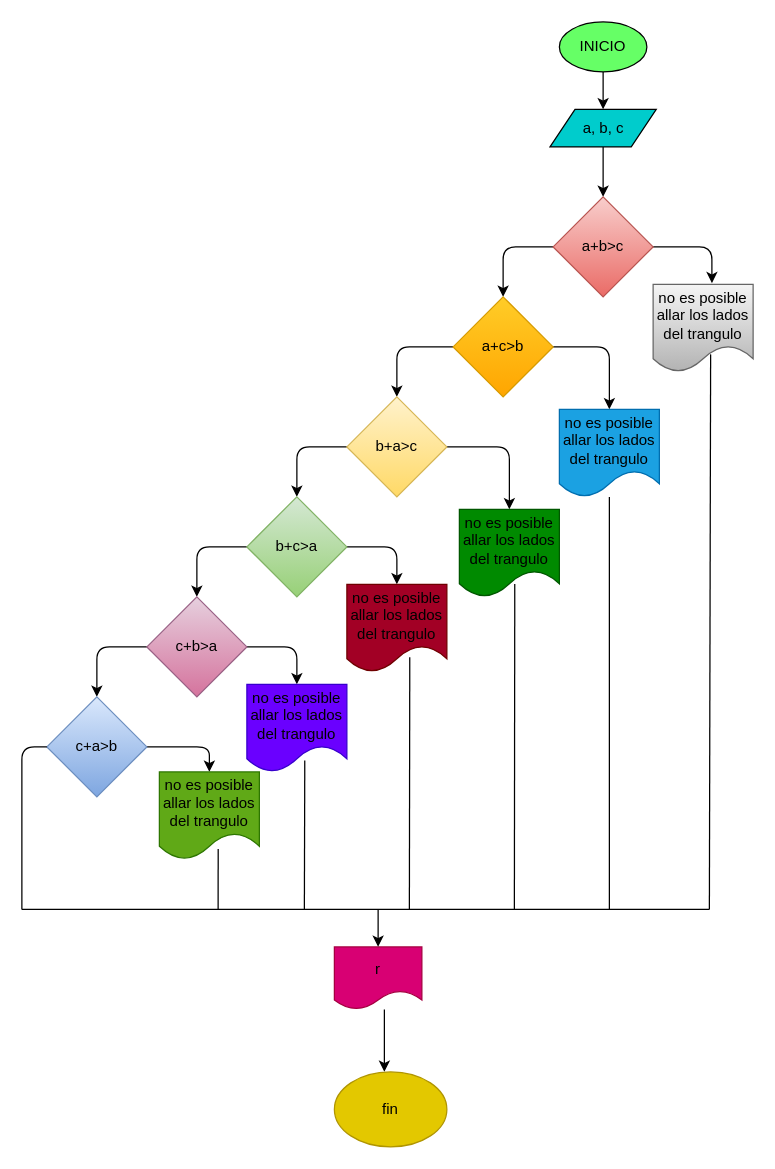
jhonmendez17092009/jhgfdsa keeps this draw.io diagram as diagrama.drawio. Above is the earlier version. Source tidied: cells renumbered, new cells numbered last; positions are measured from the earlier drawing's top-left corner, leaving out a move shared by most shapes. Both pictures are drawn from the tidied source at 125%, with x=0, y=0 at pixel (21, 21).
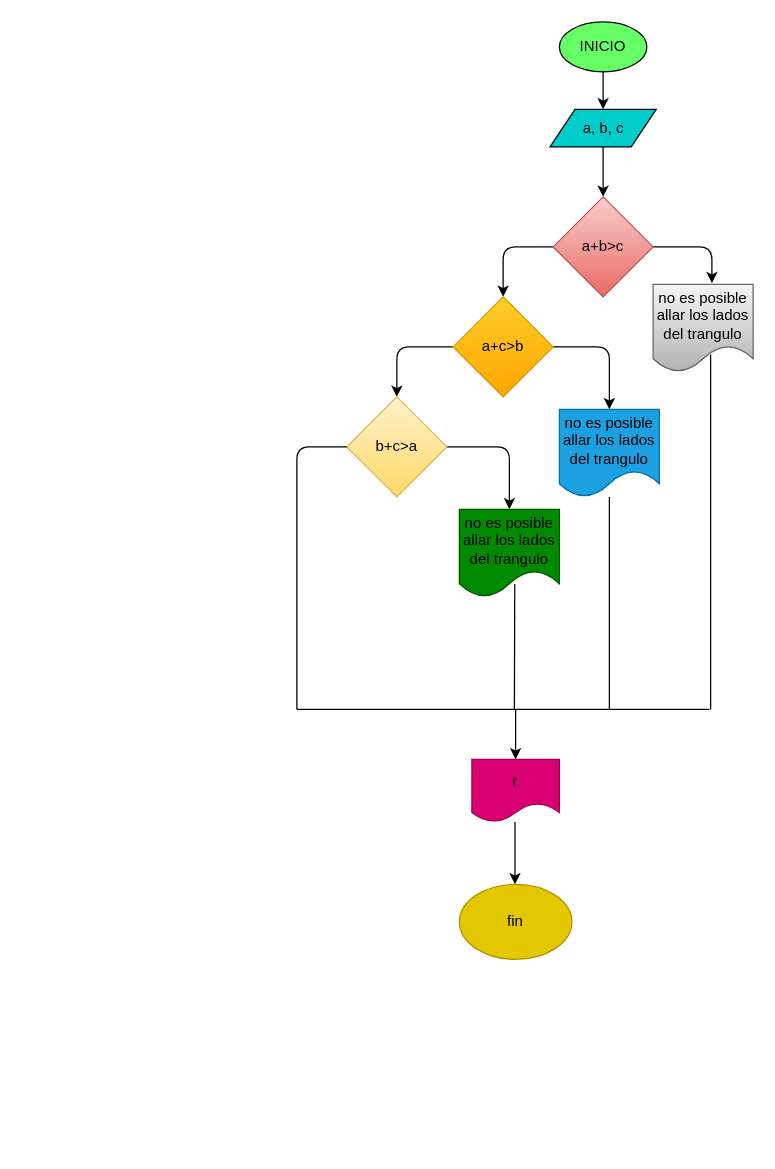
Above is the later version.

The change refers to these unchanged cells:
```xml
<mxCell id="23" value="&lt;font color=&quot;#000000&quot;&gt;no es posible allar los lados del trangulo&lt;/font&gt;" style="shape=document;whiteSpace=wrap;html=1;boundedLbl=1;fillColor=#f5f5f5;gradientColor=#b3b3b3;strokeColor=#666666;" parent="1" vertex="1">
  <mxGeometry x="505" y="210" width="80" height="70" as="geometry" />
</mxCell>
<mxCell id="24" value="&lt;font color=&quot;#000000&quot;&gt;no es posible allar los lados del trangulo&lt;/font&gt;" style="shape=document;whiteSpace=wrap;html=1;boundedLbl=1;fillColor=#1ba1e2;strokeColor=#006EAF;fontColor=#ffffff;" parent="1" vertex="1">
  <mxGeometry x="430" y="310" width="80" height="70" as="geometry" />
</mxCell>
<mxCell id="25" value="&lt;font color=&quot;#000000&quot;&gt;no es posible allar los lados del trangulo&lt;/font&gt;" style="shape=document;whiteSpace=wrap;html=1;boundedLbl=1;fillColor=#008a00;strokeColor=#005700;fontColor=#ffffff;" parent="1" vertex="1">
  <mxGeometry x="350" y="390" width="80" height="70" as="geometry" />
</mxCell>
```

What changed in the source:
```diff
@@
-    <mxCell id="3" value="INICIO" style="ellipse;whiteSpace=wrap;html=1;fillColor=#66FF66;" parent="1" vertex="1">
+    <mxCell id="3" value="&lt;font color=&quot;#000000&quot;&gt;INICIO&lt;/font&gt;" style="ellipse;whiteSpace=wrap;html=1;fillColor=#66FF66;" parent="1" vertex="1">
       <mxGeometry x="430" width="70" height="40" as="geometry" />
     </mxCell>
@@
-    <mxCell id="5" value="a, b, c" style="shape=parallelogram;perimeter=parallelogramPerimeter;whiteSpace=wrap;html=1;fixedSize=1;fillColor=#00CCCC;" parent="1" vertex="1">
+    <mxCell id="5" value="&lt;font color=&quot;#000000&quot;&gt;a, b, c&lt;/font&gt;" style="shape=parallelogram;perimeter=parallelogramPerimeter;whiteSpace=wrap;html=1;fixedSize=1;fillColor=#00CCCC;" parent="1" vertex="1">
       <mxGeometry x="422.5" y="70" width="85" height="30" as="geometry" />
     </mxCell>
@@
-    <mxCell id="12" style="edgeStyle=none;html=1;" parent="1" edge="1" source="14" target="17">
-      <mxGeometry relative="1" as="geometry">
-        <Array as="points">
-          <mxPoint x="220" y="340" />
-        </Array>
-      </mxGeometry>
-    </mxCell>
@@
-    <mxCell id="14" value="&lt;font color=&quot;#000000&quot;&gt;b+a&amp;gt;c&lt;/font&gt;" style="rhombus;whiteSpace=wrap;html=1;fillColor=#fff2cc;gradientColor=#ffd966;strokeColor=#d6b656;" parent="1" vertex="1">
+    <mxCell id="14" value="&lt;font color=&quot;#000000&quot;&gt;b+c&amp;gt;a&lt;/font&gt;" style="rhombus;whiteSpace=wrap;html=1;fillColor=#fff2cc;gradientColor=#ffd966;strokeColor=#d6b656;" parent="1" vertex="1">
       <mxGeometry x="260" y="300" width="80" height="80" as="geometry" />
     </mxCell>
-    <mxCell id="15" style="edgeStyle=none;html=1;" parent="1" edge="1" source="17" target="20">
-      <mxGeometry relative="1" as="geometry">
-        <Array as="points">
-          <mxPoint x="140" y="420" />
-        </Array>
-      </mxGeometry>
-    </mxCell>
-    <mxCell id="16" style="edgeStyle=none;html=1;exitX=1;exitY=0.5;exitDx=0;exitDy=0;entryX=0.5;entryY=0;entryDx=0;entryDy=0;fontColor=#000000;" parent="1" edge="1" source="17" target="26">
-      <mxGeometry relative="1" as="geometry">
-        <Array as="points">
-          <mxPoint x="300" y="420" />
-        </Array>
-      </mxGeometry>
-    </mxCell>
-    <mxCell id="17" value="&lt;font color=&quot;#000000&quot;&gt;b+c&amp;gt;a&lt;/font&gt;" style="rhombus;whiteSpace=wrap;html=1;fillColor=#d5e8d4;gradientColor=#97d077;strokeColor=#82b366;" parent="1" vertex="1">
-      <mxGeometry x="180" y="380" width="80" height="80" as="geometry" />
-    </mxCell>
-    <mxCell id="18" style="edgeStyle=none;html=1;" parent="1" edge="1" source="20" target="22">
-      <mxGeometry relative="1" as="geometry">
-        <Array as="points">
-          <mxPoint x="60" y="500" />
-        </Array>
-      </mxGeometry>
-    </mxCell>
-    <mxCell id="19" style="edgeStyle=none;html=1;exitX=1;exitY=0.5;exitDx=0;exitDy=0;entryX=0.5;entryY=0;entryDx=0;entryDy=0;fontColor=#000000;" parent="1" edge="1" source="20" target="27">
-      <mxGeometry relative="1" as="geometry">
-        <Array as="points">
-          <mxPoint x="220" y="500" />
-        </Array>
-      </mxGeometry>
-    </mxCell>
-    <mxCell id="20" value="&lt;font color=&quot;#000000&quot;&gt;c+b&amp;gt;a&lt;/font&gt;" style="rhombus;whiteSpace=wrap;html=1;fillColor=#e6d0de;gradientColor=#d5739d;strokeColor=#996185;" parent="1" vertex="1">
-      <mxGeometry x="100" y="460" width="80" height="80" as="geometry" />
-    </mxCell>
-    <mxCell id="21" style="edgeStyle=none;html=1;exitX=1;exitY=0.5;exitDx=0;exitDy=0;entryX=0.5;entryY=0;entryDx=0;entryDy=0;fontColor=#000000;" parent="1" edge="1" source="22" target="28">
-      <mxGeometry relative="1" as="geometry">
-        <Array as="points">
-          <mxPoint x="150" y="580" />
-        </Array>
-      </mxGeometry>
-    </mxCell>
-    <mxCell id="22" value="&lt;font color=&quot;#000000&quot;&gt;c+a&amp;gt;b&lt;/font&gt;" style="rhombus;whiteSpace=wrap;html=1;fillColor=#dae8fc;gradientColor=#7ea6e0;strokeColor=#6c8ebf;" parent="1" vertex="1">
-      <mxGeometry x="20" y="540" width="80" height="80" as="geometry" />
-    </mxCell>
@@
-    <mxCell id="26" value="&lt;font color=&quot;#000000&quot;&gt;no es posible allar los lados del trangulo&lt;/font&gt;" style="shape=document;whiteSpace=wrap;html=1;boundedLbl=1;fillColor=#a20025;strokeColor=#6F0000;fontColor=#ffffff;" parent="1" vertex="1">
-      <mxGeometry x="260" y="450" width="80" height="70" as="geometry" />
-    </mxCell>
-    <mxCell id="27" value="&lt;font color=&quot;#000000&quot;&gt;no es posible allar los lados del trangulo&lt;/font&gt;" style="shape=document;whiteSpace=wrap;html=1;boundedLbl=1;fillColor=#6a00ff;strokeColor=#3700CC;fontColor=#ffffff;" parent="1" vertex="1">
-      <mxGeometry x="180" y="530" width="80" height="70" as="geometry" />
-    </mxCell>
-    <mxCell id="28" value="&lt;font color=&quot;#000000&quot;&gt;no es posible allar los lados del trangulo&lt;/font&gt;" style="shape=document;whiteSpace=wrap;html=1;boundedLbl=1;fillColor=#60a917;strokeColor=#2D7600;fontColor=#ffffff;" parent="1" vertex="1">
-      <mxGeometry x="110" y="600" width="80" height="70" as="geometry" />
-    </mxCell>
     <mxCell id="29" style="endArrow=none;html=1;fontColor=#000000;" parent="1" edge="1">
       <mxGeometry relative="1" as="geometry">
-        <mxPoint y="710" as="sourcePoint" />
-        <mxPoint x="550" y="710" as="targetPoint" />
+        <mxPoint x="220" y="550" as="sourcePoint" />
+        <mxPoint x="550" y="550" as="targetPoint" />
       </mxGeometry>
     </mxCell>
     <mxCell id="30" style="endArrow=none;html=1;fontColor=#000000;entryX=0.575;entryY=0.8;entryDx=0;entryDy=0;entryPerimeter=0;" parent="1" edge="1" target="23">
       <mxGeometry relative="1" as="geometry">
-        <mxPoint x="550" y="710" as="sourcePoint" />
+        <mxPoint x="551" y="550" as="sourcePoint" />
       </mxGeometry>
     </mxCell>
-    <mxCell id="31" style="endArrow=none;html=1;fontColor=#000000;entryX=0.629;entryY=0.833;entryDx=0;entryDy=0;entryPerimeter=0;" parent="1" edge="1" target="26">
-      <mxGeometry relative="1" as="geometry">
-        <mxPoint x="310" y="710" as="sourcePoint" />
-      </mxGeometry>
-    </mxCell>
     <mxCell id="32" style="endArrow=none;html=1;fontColor=#000000;entryX=0.554;entryY=0.852;entryDx=0;entryDy=0;entryPerimeter=0;" parent="1" edge="1" target="25">
       <mxGeometry relative="1" as="geometry">
-        <mxPoint x="394" y="710" as="sourcePoint" />
+        <mxPoint x="394" y="550" as="sourcePoint" />
       </mxGeometry>
     </mxCell>
     <mxCell id="33" style="endArrow=none;html=1;fontColor=#000000;" parent="1" edge="1" target="24">
       <mxGeometry relative="1" as="geometry">
-        <mxPoint x="470" y="710" as="sourcePoint" />
+        <mxPoint x="470" y="550" as="sourcePoint" />
       </mxGeometry>
     </mxCell>
-    <mxCell id="34" style="endArrow=none;html=1;fontColor=#000000;entryX=0.579;entryY=0.871;entryDx=0;entryDy=0;entryPerimeter=0;" parent="1" edge="1" target="27">
+    <mxCell id="34" style="endArrow=none;html=1;fontColor=#000000;entryX=0;entryY=0.5;entryDx=0;entryDy=0;" parent="1" edge="1" target="14">
       <mxGeometry relative="1" as="geometry">
-        <mxPoint x="226" y="710" as="sourcePoint" />
+        <mxPoint x="220" y="550" as="sourcePoint" />
+        <Array as="points">
+          <mxPoint x="220" y="340" />
+        </Array>
       </mxGeometry>
     </mxCell>
-    <mxCell id="35" style="endArrow=none;html=1;fontColor=#000000;entryX=0.588;entryY=0.881;entryDx=0;entryDy=0;entryPerimeter=0;" parent="1" edge="1" target="28">
-      <mxGeometry relative="1" as="geometry">
-        <mxPoint x="157" y="710" as="sourcePoint" />
-      </mxGeometry>
-    </mxCell>
-    <mxCell id="36" style="endArrow=none;html=1;fontColor=#000000;entryX=0;entryY=0.5;entryDx=0;entryDy=0;" parent="1" edge="1" target="22">
-      <mxGeometry relative="1" as="geometry">
-        <mxPoint y="710" as="sourcePoint" />
-        <Array as="points">
-          <mxPoint y="580" />
-        </Array>
-      </mxGeometry>
-    </mxCell>
     <mxCell id="37" value="&lt;font color=&quot;#000000&quot;&gt;r&lt;/font&gt;" style="shape=document;whiteSpace=wrap;html=1;boundedLbl=1;fontColor=#ffffff;fillColor=#d80073;strokeColor=#A50040;" parent="1" vertex="1">
-      <mxGeometry x="250" y="740" width="70" height="50" as="geometry" />
+      <mxGeometry x="360" y="590" width="70" height="50" as="geometry" />
     </mxCell>
     <mxCell id="38" style="endArrow=classic;html=1;fontColor=#000000;entryX=0.5;entryY=0;entryDx=0;entryDy=0;" parent="1" edge="1" target="37">
       <mxGeometry relative="1" as="geometry">
-        <mxPoint x="285" y="710" as="sourcePoint" />
+        <mxPoint x="395" y="550" as="sourcePoint" />
       </mxGeometry>
     </mxCell>
     <mxCell id="39" style="endArrow=classic;html=1;fontColor=#000000;" parent="1" edge="1">
       <mxGeometry relative="1" as="geometry">
-        <mxPoint x="290" y="790" as="sourcePoint" />
-        <mxPoint x="290" y="840" as="targetPoint" />
+        <mxPoint x="394.5" y="640" as="sourcePoint" />
+        <mxPoint x="394.5" y="690" as="targetPoint" />
       </mxGeometry>
     </mxCell>
     <mxCell id="40" value="fin" style="ellipse;whiteSpace=wrap;html=1;fontColor=#000000;fillColor=#e3c800;strokeColor=#B09500;" parent="1" vertex="1">
-      <mxGeometry x="250" y="840" width="90" height="60" as="geometry" />
+      <mxGeometry x="350" y="690" width="90" height="60" as="geometry" />
     </mxCell>
```
